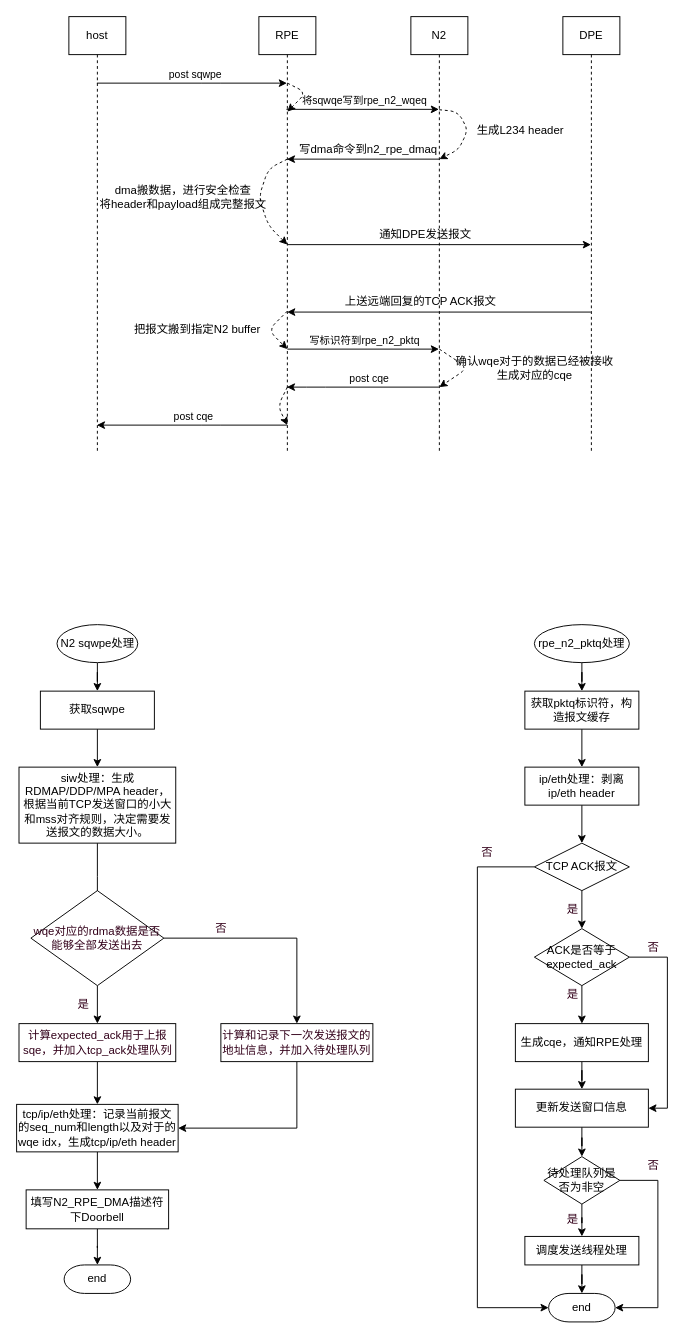
This is Untitled Diagram.drawio from huazhongtan/nvim_config, a draw.io file, before an edit. Source tidied: cells renumbered, new cells numbered last; positions are measured from the earlier drawing's top-left corner, leaving out a move shared by most shapes. Both pictures are drawn from the tidied source at 95%, with x=0, y=0 at pixel (16, 16).
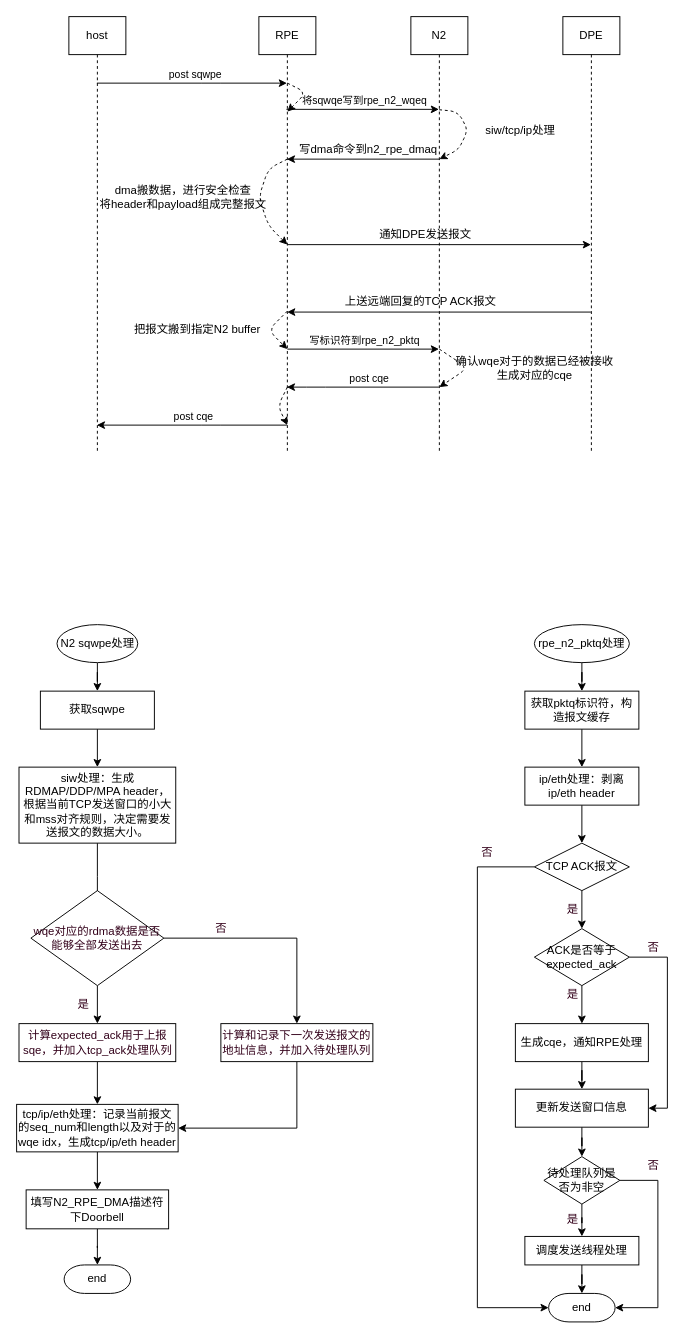
The same page after the edit.

Commit message:
iwarp flow 03

Change to the diagram source:
```diff
@@
-    <mxCell id="15" value="生成L234 header" style="text;html=1;align=center;verticalAlign=middle;strokeColor=none;" parent="1" vertex="1">
-      <mxGeometry x="475" y="110" width="110" height="20" as="geometry" />
+    <mxCell id="15" value="siw/tcp/ip处理" style="text;html=1;align=center;verticalAlign=middle;strokeColor=none;" parent="1" vertex="1">
+      <mxGeometry x="485" y="110" width="90" height="20" as="geometry" />
     </mxCell>
```
